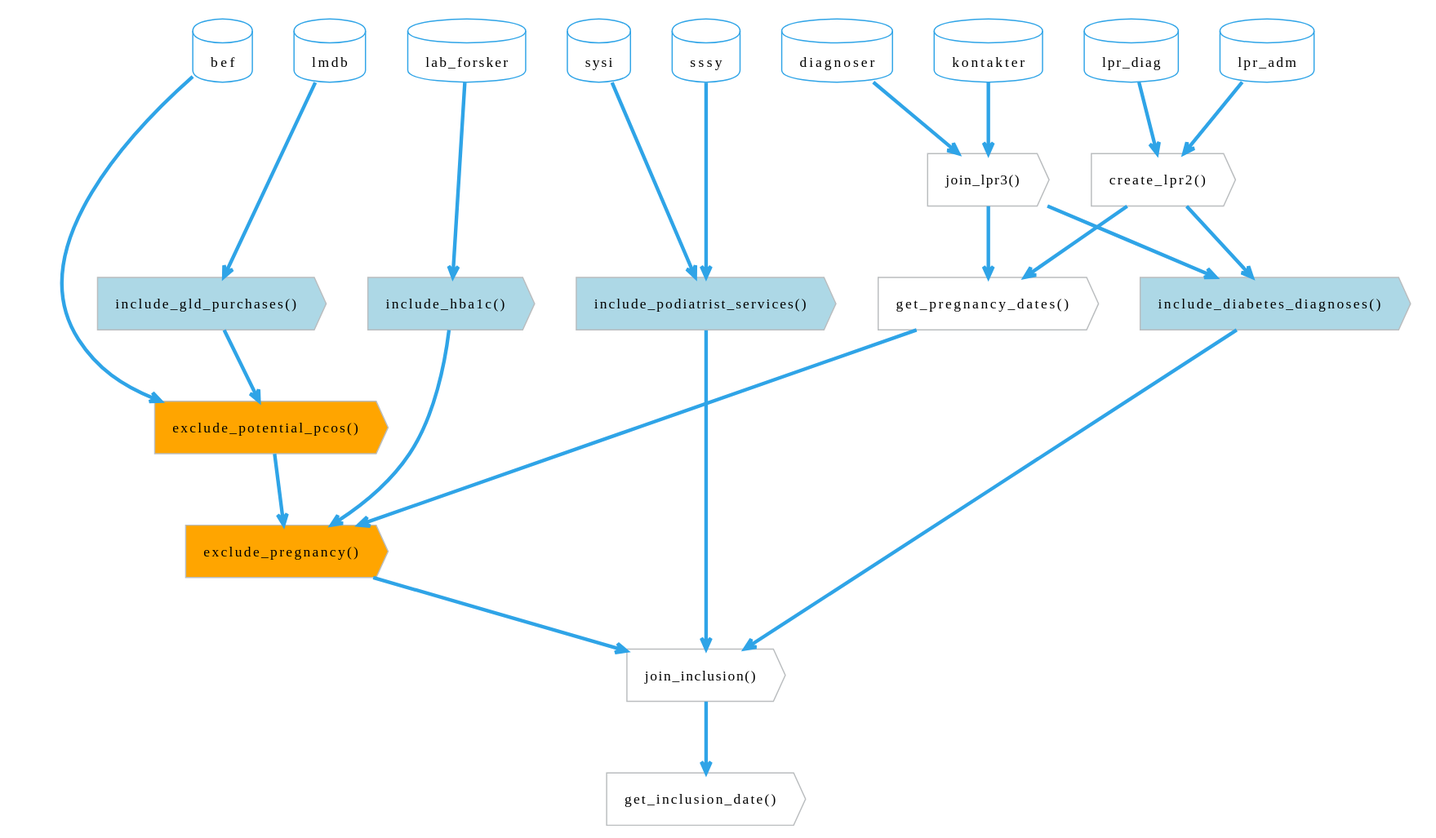
Before: vignettes/articles/function-flow-population.svg, a diagram exported from PlantUML (steno-aarhus/osdc).
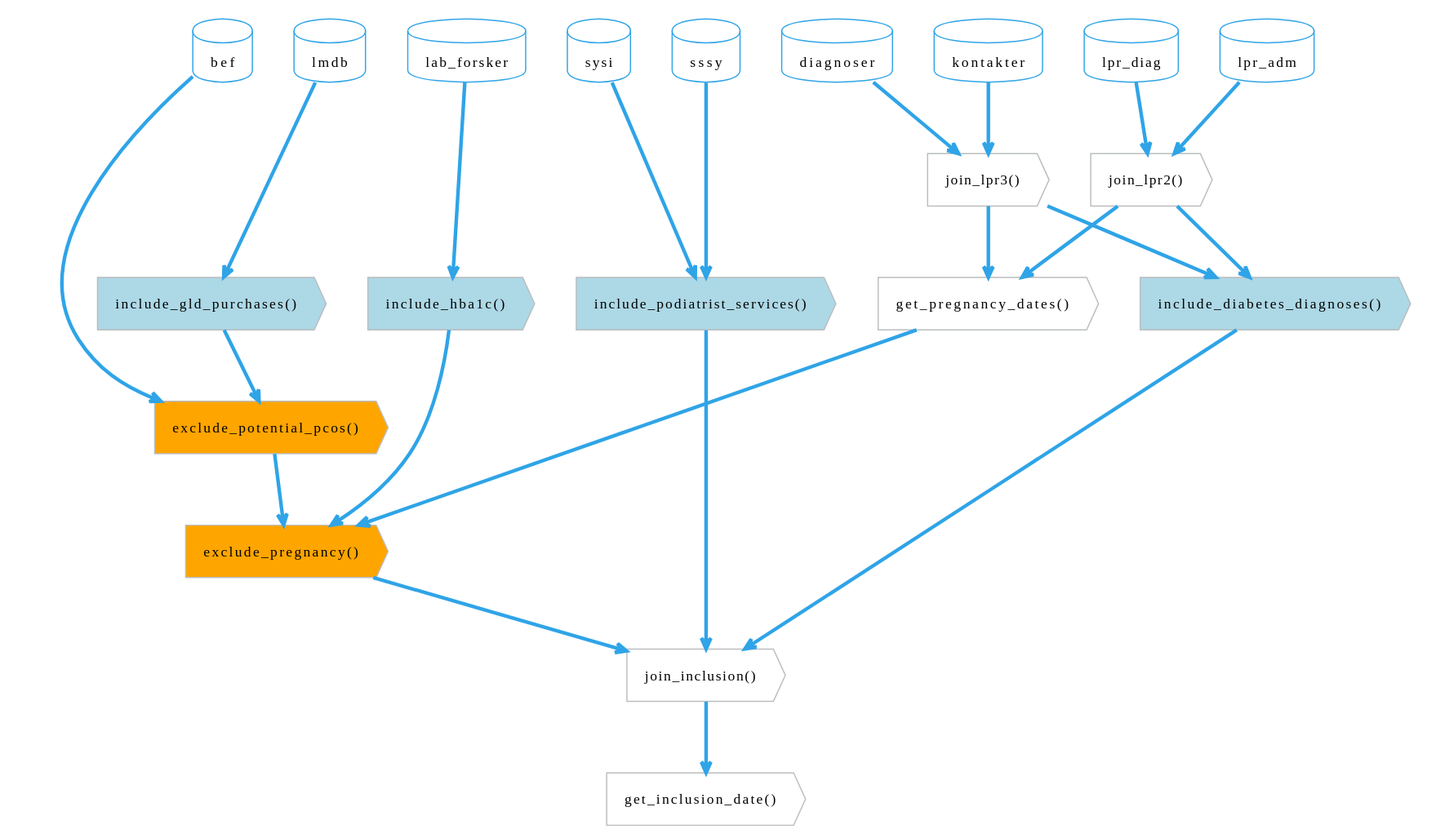
After the change.

Commit message:
docs: :pencil2: fix name of `join_lpr2()` in pumls (#234)

## Description

This PR needs no review.

## Checklist

- [X] Ran `just run-all`

What changed in the source:
```diff
@@ -27,7 +27,7 @@
         database bef
     }
     together {
-            action "create_lpr2()" as lpr2
+            action "join_lpr2()" as lpr2
             action "join_lpr3()" as lpr3
     }
 
```
